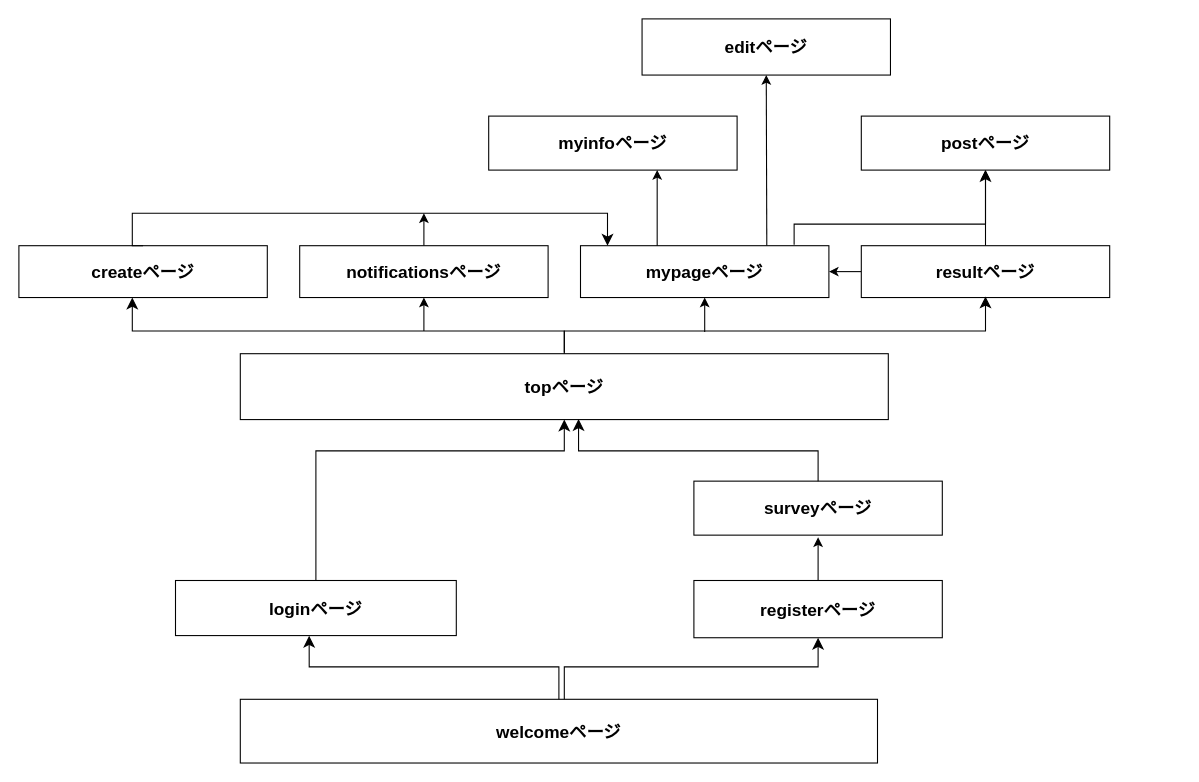
Before: plan-sheat/ Screen-transition-diagram.dio in a-yaka/Trippy, a draw.io diagram. Source tidied: cells renumbered, new cells numbered last; positions are measured from the earlier drawing's top-left corner, leaving out a move shared by most shapes. Both pictures are drawn from the tidied source at 108%, with x=0, y=0 at pixel (18, 18).
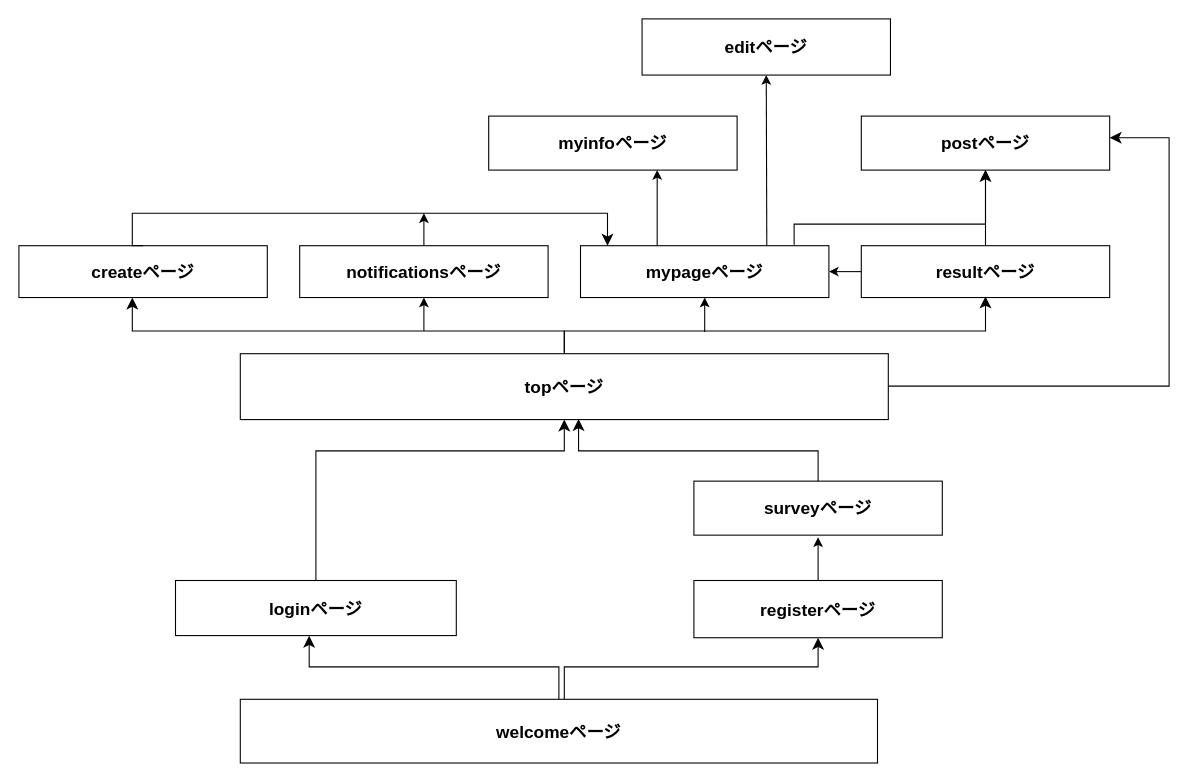
The same diagram, later.

Commit message:
画面遷移図:最新

The change refers to these unchanged cells:
```xml
<mxCell id="27" value="&lt;font style=&quot;font-size: 16px;&quot;&gt;&lt;b&gt;postページ&lt;/b&gt;&lt;/font&gt;" style="rounded=0;whiteSpace=wrap;html=1;" parent="1" vertex="1">
  <mxGeometry x="780" y="90" width="230" height="50" as="geometry" />
</mxCell>
```

The edit, as a diff of the source:
```diff
@@
+    <mxCell id="30" style="edgeStyle=segmentEdgeStyle;endArrow=classic;html=1;curved=0;rounded=0;endSize=8;startSize=8;sourcePerimeterSpacing=0;targetPerimeterSpacing=0;" parent="1" edge="1" target="27">
+      <mxGeometry relative="1" as="geometry">
+        <mxPoint x="805" y="340" as="sourcePoint" />
+        <Array as="points">
+          <mxPoint x="1065" y="340" />
+          <mxPoint x="1065" y="110" />
+        </Array>
+      </mxGeometry>
+    </mxCell>
```
